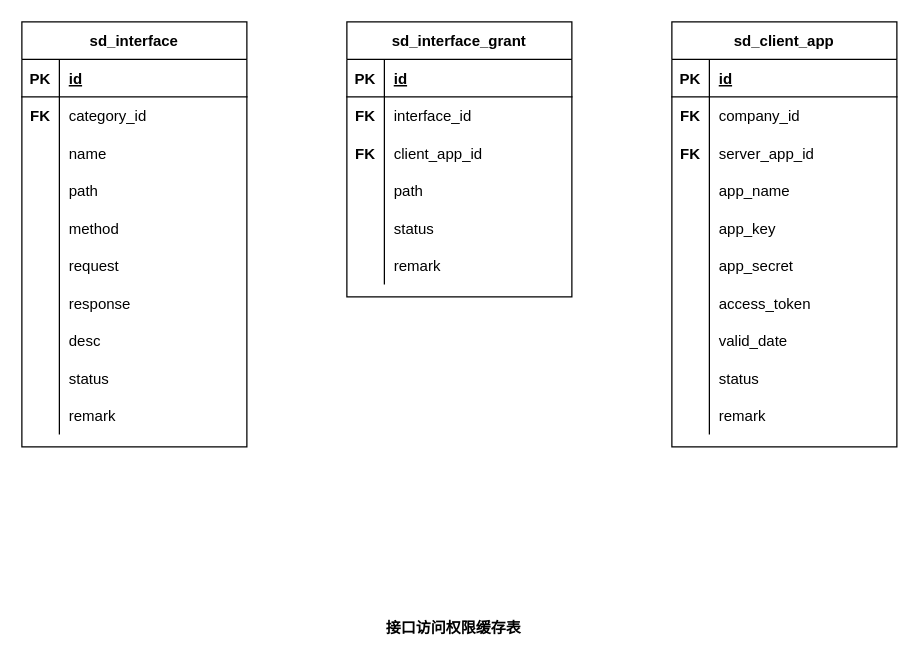
Earlier version of the draw.io diagram page "20220930154752" (5 of 7) of src/work/wyjz/service_directory/db_design_20220930.drawio (ab-doc/draw.io). Source tidied: cells renumbered, new cells numbered last; positions are measured from the earlier drawing's top-left corner, leaving out a move shared by most shapes. Both pictures are drawn from the tidied source at 125%, with x=0, y=0 at pixel (21, 21).
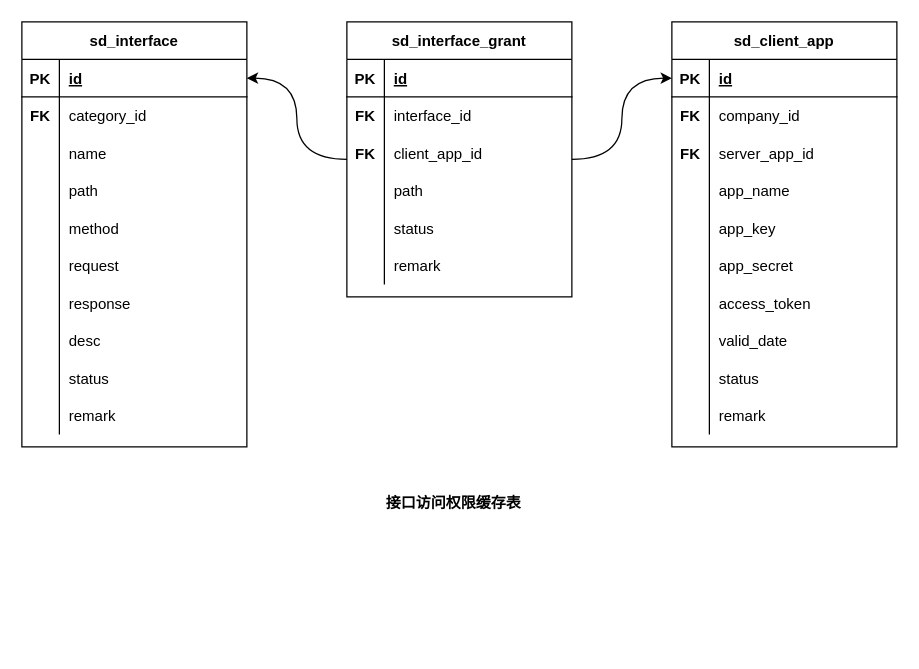
Above is the later version.

Unchanged cells that the change refers to:
```xml
<mxCell id="2" value="sd_interface_grant" style="shape=table;startSize=30;childLayout=tableLayout;rowLines=0;fontStyle=1;align=center;" parent="1" vertex="1">
  <mxGeometry x="260" width="180" height="220" as="geometry" />
</mxCell>
<mxCell id="23" style="shape=tableRow;horizontal=0;startSize=0;swimlaneHead=0;swimlaneBody=0;fillColor=none;points=[[0,0.5],[1,0.5]];portConstraint=eastwest;top=0;left=0;right=0;bottom=1;" parent="22" vertex="1">
  <mxGeometry y="30" width="180" height="30" as="geometry" />
</mxCell>
<mxCell id="54" style="shape=tableRow;horizontal=0;startSize=0;swimlaneHead=0;swimlaneBody=0;fillColor=none;points=[[0,0.5],[1,0.5]];portConstraint=eastwest;top=0;left=0;right=0;bottom=1;" parent="53" vertex="1">
  <mxGeometry y="30" width="180" height="30" as="geometry" />
</mxCell>
```

The edit, as a diff of the source:
```diff
@@
+    <mxCell id="84" style="edgeStyle=orthogonalEdgeStyle;curved=1;rounded=0;jettySize=auto;html=1;entryX=0;entryY=0.5;entryDx=0;entryDy=0;" parent="1" edge="1" source="2" target="23">
+      <mxGeometry relative="1" as="geometry" />
+    </mxCell>
+    <mxCell id="85" style="edgeStyle=orthogonalEdgeStyle;curved=1;rounded=0;jettySize=auto;html=1;entryX=1;entryY=0.5;entryDx=0;entryDy=0;" parent="1" edge="1" source="2" target="54">
+      <mxGeometry relative="1" as="geometry" />
+    </mxCell>
@@
     <mxCell id="21" value="&lt;b&gt;接口访问权限缓存表&lt;/b&gt;" style="text;html=1;align=center;verticalAlign=middle;strokeColor=none;fillColor=none;" parent="1" vertex="1">
-      <mxGeometry x="280" y="470" width="130" height="30" as="geometry" />
+      <mxGeometry x="280" y="370" width="130" height="30" as="geometry" />
     </mxCell>
```
